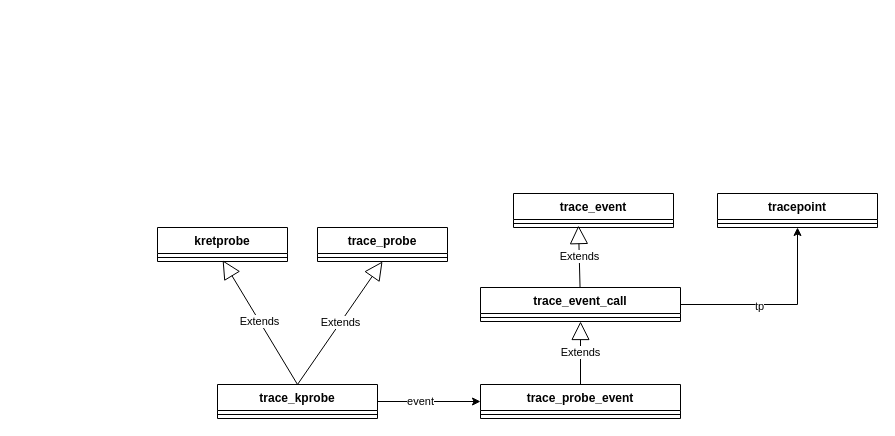
The draw.io diagram trace.drawio in jasonactions/graph, before the edit. Source tidied: cells renumbered, new cells numbered last; positions are measured from the earlier drawing's top-left corner, leaving out a move shared by most shapes. Both pictures are drawn from the tidied source at 100%, with x=0, y=0 at pixel (157, 193).
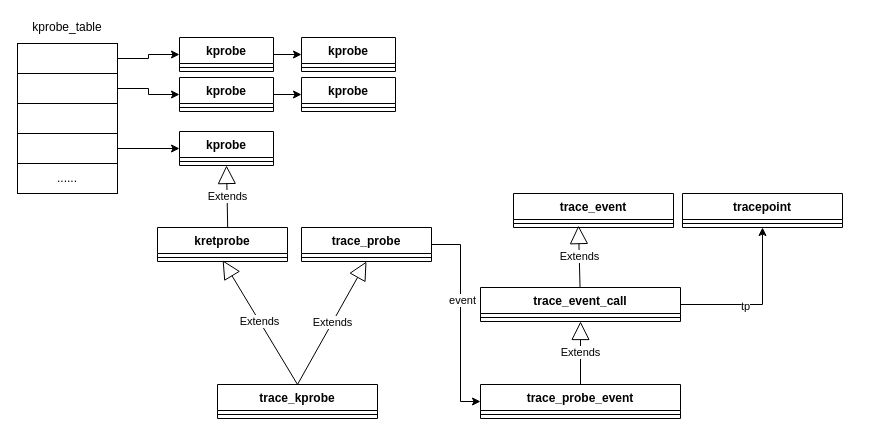
The same diagram, later.

Unchanged cells that the change refers to:
```xml
<mxCell id="2" value="trace_probe_event" style="swimlane;fontStyle=1;align=center;verticalAlign=top;horizontal=1;startSize=26;" parent="1" vertex="1">
  <mxGeometry x="323" y="191" width="200" height="34" as="geometry" />
</mxCell>
<mxCell id="6" value="trace_kprobe" style="swimlane;fontStyle=1;align=center;verticalAlign=top;horizontal=1;startSize=26;" parent="1" vertex="1">
  <mxGeometry x="60" y="191" width="160" height="34" as="geometry" />
</mxCell>
<mxCell id="13" value="kretprobe" style="swimlane;fontStyle=1;align=center;verticalAlign=top;horizontal=1;startSize=26;" parent="1" vertex="1">
  <mxGeometry y="34" width="130" height="34" as="geometry" />
</mxCell>
```

Change to the diagram source:
```diff
@@
-    <mxCell id="4" style="edgeStyle=orthogonalEdgeStyle;rounded=0;jettySize=auto;html=1;exitX=1;exitY=0.5;exitDx=0;exitDy=0;entryX=0;entryY=0.5;entryDx=0;entryDy=0;" parent="1" edge="1" source="6" target="2">
-      <mxGeometry relative="1" as="geometry" />
+    <mxCell id="4" style="edgeStyle=orthogonalEdgeStyle;rounded=0;jettySize=auto;html=1;exitX=1;exitY=0.5;exitDx=0;exitDy=0;entryX=0;entryY=0.5;entryDx=0;entryDy=0;" parent="1" edge="1" source="16" target="2">
+      <mxGeometry relative="1" as="geometry">
+        <Array as="points">
+          <mxPoint x="303" y="51" />
+          <mxPoint x="303" y="208" />
+        </Array>
+      </mxGeometry>
     </mxCell>
@@
     <mxCell id="16" value="trace_probe" style="swimlane;fontStyle=1;align=center;verticalAlign=top;horizontal=1;startSize=26;" parent="1" vertex="1">
-      <mxGeometry x="160" y="34" width="130" height="34" as="geometry" />
+      <mxGeometry x="144" y="34" width="130" height="34" as="geometry" />
     </mxCell>
@@
     <mxCell id="22" value="tracepoint" style="swimlane;fontStyle=1;align=center;verticalAlign=top;horizontal=1;startSize=26;" parent="1" vertex="1">
-      <mxGeometry x="560" width="160" height="34" as="geometry" />
+      <mxGeometry x="525" width="160" height="34" as="geometry" />
     </mxCell>
@@
+    <mxCell id="24" value="kprobe" style="swimlane;fontStyle=1;align=center;verticalAlign=top;horizontal=1;startSize=26;" parent="1" vertex="1">
+      <mxGeometry x="22" y="-62" width="94" height="34" as="geometry" />
+    </mxCell>
+    <mxCell id="25" style="line;strokeWidth=1;fillColor=none;align=left;verticalAlign=middle;spacingTop=-1;spacingLeft=3;spacingRight=3;labelPosition=right;" parent="24" vertex="1">
+      <mxGeometry y="26" width="94" height="8" as="geometry" />
+    </mxCell>
+    <mxCell id="26" value="Extends" style="endArrow=block;endSize=16;endFill=0;html=1;exitX=0.54;exitY=0.01;exitDx=0;exitDy=0;exitPerimeter=0;entryX=0.5;entryY=1;entryDx=0;entryDy=0;" parent="1" edge="1" source="13" target="24">
+      <mxGeometry relative="1" as="geometry" />
+    </mxCell>
+    <mxCell id="27" style="edgeStyle=orthogonalEdgeStyle;rounded=0;jettySize=auto;html=1;entryX=0;entryY=0.5;entryDx=0;entryDy=0;" parent="1" edge="1" source="28" target="42">
+      <mxGeometry relative="1" as="geometry" />
+    </mxCell>
+    <mxCell id="28" style="rounded=0;whiteSpace=wrap;html=1;" parent="1" vertex="1">
+      <mxGeometry x="-140" y="-150" width="100" height="30" as="geometry" />
+    </mxCell>
+    <mxCell id="29" style="edgeStyle=orthogonalEdgeStyle;rounded=0;jettySize=auto;html=1;" parent="1" edge="1" source="30" target="37">
+      <mxGeometry relative="1" as="geometry" />
+    </mxCell>
+    <mxCell id="30" style="rounded=0;whiteSpace=wrap;html=1;" parent="1" vertex="1">
+      <mxGeometry x="-140" y="-120" width="100" height="30" as="geometry" />
+    </mxCell>
+    <mxCell id="31" style="rounded=0;whiteSpace=wrap;html=1;" parent="1" vertex="1">
+      <mxGeometry x="-140" y="-90" width="100" height="30" as="geometry" />
+    </mxCell>
+    <mxCell id="32" style="edgeStyle=orthogonalEdgeStyle;rounded=0;jettySize=auto;html=1;entryX=0;entryY=0.5;entryDx=0;entryDy=0;" parent="1" edge="1" source="33" target="24">
+      <mxGeometry relative="1" as="geometry" />
+    </mxCell>
+    <mxCell id="33" style="rounded=0;whiteSpace=wrap;html=1;" parent="1" vertex="1">
+      <mxGeometry x="-140" y="-60" width="100" height="30" as="geometry" />
+    </mxCell>
+    <mxCell id="34" value="......" style="rounded=0;whiteSpace=wrap;html=1;" parent="1" vertex="1">
+      <mxGeometry x="-140" y="-30" width="100" height="30" as="geometry" />
+    </mxCell>
+    <mxCell id="35" value="kprobe_table" style="text;html=1;strokeColor=none;fillColor=none;align=center;verticalAlign=middle;whiteSpace=wrap;rounded=0;" parent="1" vertex="1">
+      <mxGeometry x="-130" y="-176" width="80" height="20" as="geometry" />
+    </mxCell>
+    <mxCell id="36" style="edgeStyle=orthogonalEdgeStyle;rounded=0;jettySize=auto;html=1;" parent="1" edge="1" source="37" target="39">
+      <mxGeometry relative="1" as="geometry" />
+    </mxCell>
+    <mxCell id="37" value="kprobe" style="swimlane;fontStyle=1;align=center;verticalAlign=top;horizontal=1;startSize=26;" parent="1" vertex="1">
+      <mxGeometry x="22" y="-116" width="94" height="34" as="geometry" />
+    </mxCell>
+    <mxCell id="38" style="line;strokeWidth=1;fillColor=none;align=left;verticalAlign=middle;spacingTop=-1;spacingLeft=3;spacingRight=3;labelPosition=right;" parent="37" vertex="1">
+      <mxGeometry y="26" width="94" height="8" as="geometry" />
+    </mxCell>
+    <mxCell id="39" value="kprobe" style="swimlane;fontStyle=1;align=center;verticalAlign=top;horizontal=1;startSize=26;" parent="1" vertex="1">
+      <mxGeometry x="144" y="-116" width="94" height="34" as="geometry" />
+    </mxCell>
+    <mxCell id="40" style="line;strokeWidth=1;fillColor=none;align=left;verticalAlign=middle;spacingTop=-1;spacingLeft=3;spacingRight=3;labelPosition=right;" parent="39" vertex="1">
+      <mxGeometry y="26" width="94" height="8" as="geometry" />
+    </mxCell>
+    <mxCell id="41" style="edgeStyle=orthogonalEdgeStyle;rounded=0;jettySize=auto;html=1;exitX=1;exitY=0.5;exitDx=0;exitDy=0;entryX=0;entryY=0.5;entryDx=0;entryDy=0;" parent="1" edge="1" source="42" target="44">
+      <mxGeometry relative="1" as="geometry" />
+    </mxCell>
+    <mxCell id="42" value="kprobe" style="swimlane;fontStyle=1;align=center;verticalAlign=top;horizontal=1;startSize=26;" parent="1" vertex="1">
+      <mxGeometry x="22" y="-156" width="94" height="34" as="geometry" />
+    </mxCell>
+    <mxCell id="43" style="line;strokeWidth=1;fillColor=none;align=left;verticalAlign=middle;spacingTop=-1;spacingLeft=3;spacingRight=3;labelPosition=right;" parent="42" vertex="1">
+      <mxGeometry y="26" width="94" height="8" as="geometry" />
+    </mxCell>
+    <mxCell id="44" value="kprobe" style="swimlane;fontStyle=1;align=center;verticalAlign=top;horizontal=1;startSize=26;" parent="1" vertex="1">
+      <mxGeometry x="144" y="-156" width="94" height="34" as="geometry" />
+    </mxCell>
+    <mxCell id="45" style="line;strokeWidth=1;fillColor=none;align=left;verticalAlign=middle;spacingTop=-1;spacingLeft=3;spacingRight=3;labelPosition=right;" parent="44" vertex="1">
+      <mxGeometry y="26" width="94" height="8" as="geometry" />
+    </mxCell>
```
